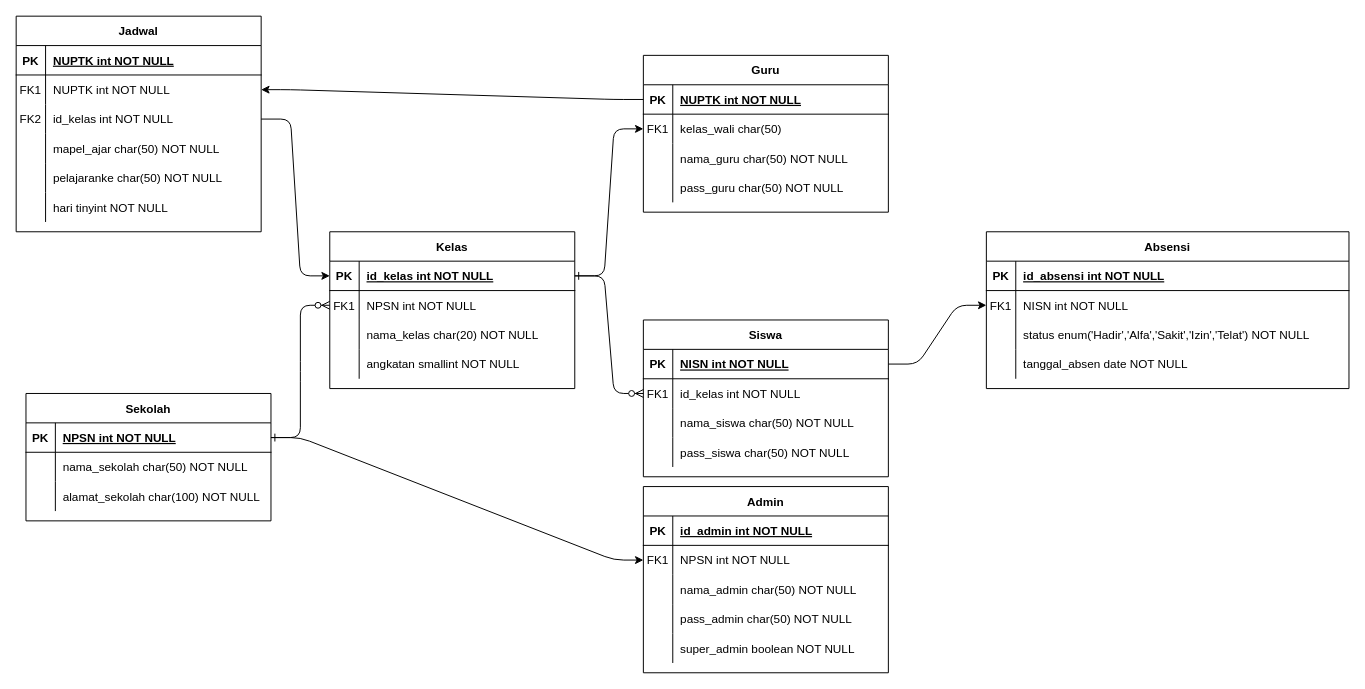
Above: ERDAbsensi.drawio in Sacrit38/CPP-Ponggame (draw.io), before the change. Source tidied: cells renumbered, new cells numbered last; positions are measured from the earlier drawing's top-left corner, leaving out a move shared by most shapes. Both pictures are drawn from the tidied source at 98%, with x=0, y=0 at pixel (16, 16).
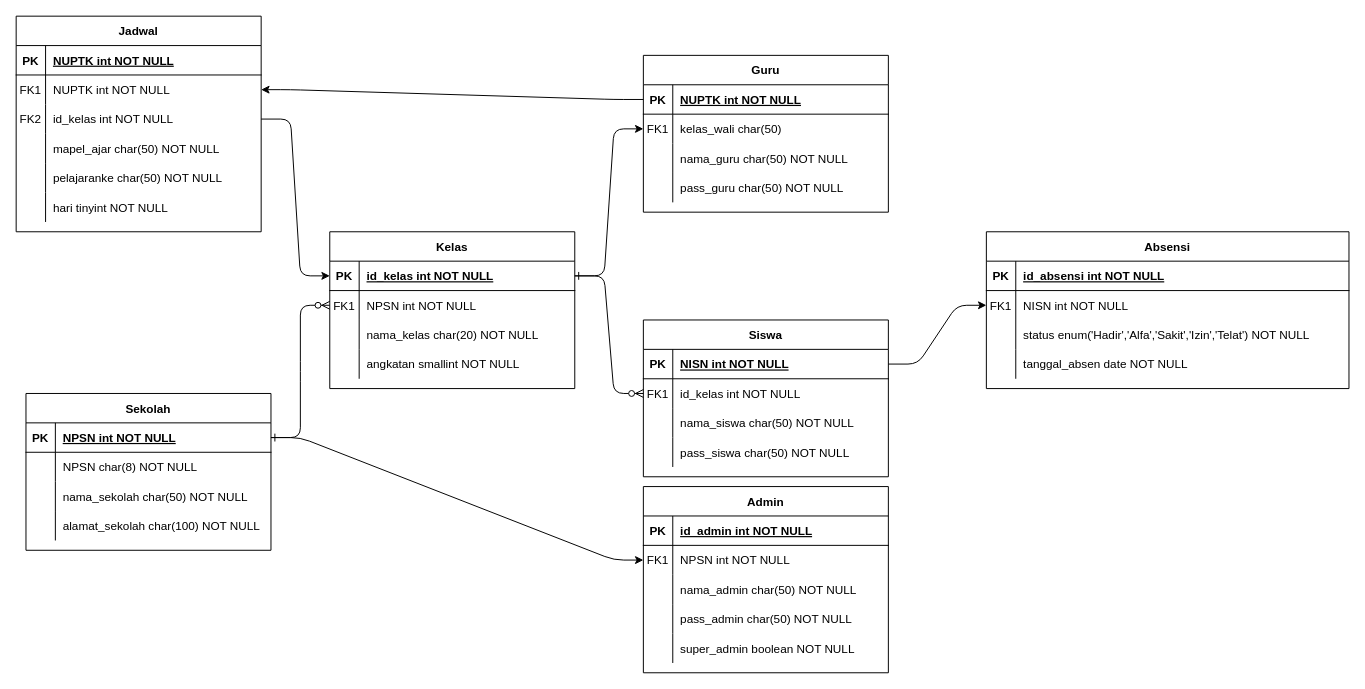
The same page after the edit.

The change refers to these unchanged cells:
```xml
<mxCell id="47" style="shape=partialRectangle;fillColor=none;top=0;left=0;right=0;bottom=0;" parent="43" vertex="1">
  <mxGeometry y="60" width="250" height="30" as="geometry" />
</mxCell>
```

What changed in the source:
```diff
@@
     <mxCell id="43" value="Sekolah" style="shape=table;startSize=30;childLayout=tableLayout;rowLines=0;fontStyle=1;align=center;" parent="1" vertex="1">
-      <mxGeometry x="10" y="385" width="250" height="130" as="geometry" />
+      <mxGeometry x="10" y="385" width="250" height="160" as="geometry" />
     </mxCell>
@@
-    <mxCell id="49" value="nama_sekolah char(50) NOT NULL" style="shape=partialRectangle;overflow=hidden;fillColor=none;top=0;left=0;bottom=0;right=0;align=left;spacingLeft=6;" parent="47" vertex="1">
+    <mxCell id="49" value="NPSN char(8) NOT NULL" style="shape=partialRectangle;overflow=hidden;fillColor=none;top=0;left=0;bottom=0;right=0;align=left;spacingLeft=6;" parent="47" vertex="1">
       <mxGeometry x="30" width="220" height="30" as="geometry" />
     </mxCell>
+    <mxCell id="106" style="shape=partialRectangle;fillColor=none;top=0;left=0;right=0;bottom=0;" parent="43" vertex="1">
+      <mxGeometry y="90" width="250" height="30" as="geometry" />
+    </mxCell>
+    <mxCell id="107" style="shape=partialRectangle;overflow=hidden;fillColor=none;top=0;left=0;bottom=0;right=0;" parent="106" vertex="1">
+      <mxGeometry width="30" height="30" as="geometry" />
+    </mxCell>
+    <mxCell id="108" value="nama_sekolah char(50) NOT NULL" style="shape=partialRectangle;overflow=hidden;fillColor=none;top=0;left=0;bottom=0;right=0;align=left;spacingLeft=6;" parent="106" vertex="1">
+      <mxGeometry x="30" width="220" height="30" as="geometry" />
+    </mxCell>
     <mxCell id="50" style="shape=partialRectangle;fillColor=none;top=0;left=0;right=0;bottom=0;" parent="43" vertex="1">
-      <mxGeometry y="90" width="250" height="30" as="geometry" />
+      <mxGeometry y="120" width="250" height="30" as="geometry" />
     </mxCell>
```
